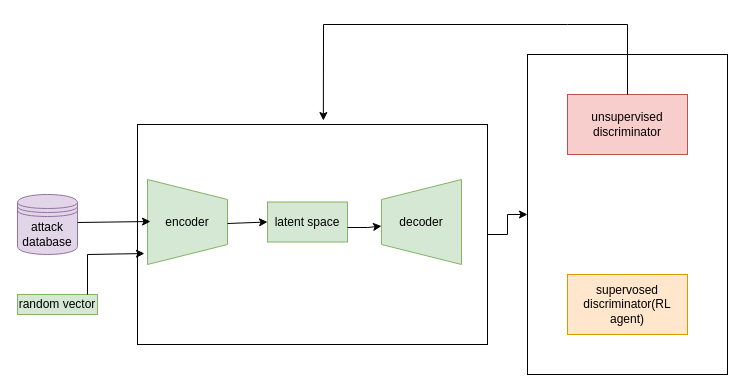
elgenio123/diagrams keeps this draw.io diagram as modele_architecture.drawio. Above is the earlier version. Source tidied: cells renumbered, new cells numbered last; positions are measured from the earlier drawing's top-left corner, leaving out a move shared by most shapes. Both pictures are drawn from the tidied source at 100%, with x=0, y=0 at pixel (17, 24).
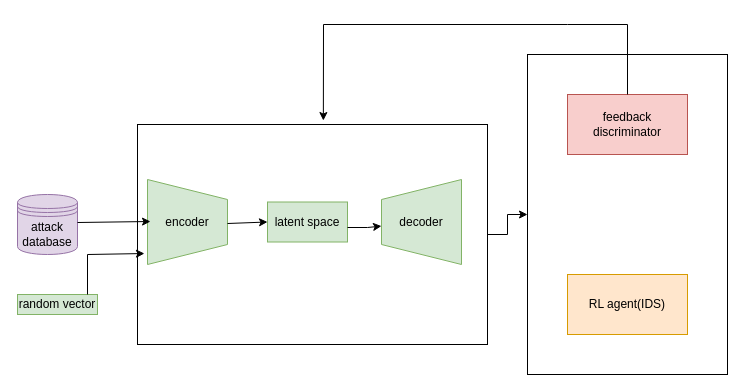
The same page after the edit.

Commit message (it also covers changes not shown here):
Mettre à jour modele_architecture.drawio

Change to the diagram source:
```diff
@@
-    <mxCell id="8" value="unsupervised discriminator" style="rounded=0;whiteSpace=wrap;html=1;fillColor=#f8cecc;strokeColor=#b85450;" parent="1" vertex="1">
+    <mxCell id="8" value="feedback discriminator" style="rounded=0;whiteSpace=wrap;html=1;fillColor=#f8cecc;strokeColor=#b85450;" parent="1" vertex="1">
       <mxGeometry x="550" y="70" width="120" height="60" as="geometry" />
     </mxCell>
@@
-    <mxCell id="10" value="supervosed discriminator(RL agent)" style="rounded=0;whiteSpace=wrap;html=1;fillColor=#ffe6cc;strokeColor=#d79b00;" parent="1" vertex="1">
+    <mxCell id="10" value="RL agent(IDS)" style="rounded=0;whiteSpace=wrap;html=1;fillColor=#ffe6cc;strokeColor=#d79b00;" parent="1" vertex="1">
       <mxGeometry x="550" y="250" width="120" height="60" as="geometry" />
     </mxCell>
```
